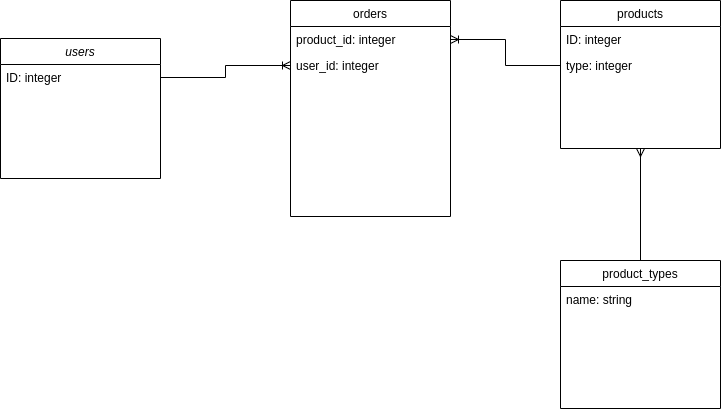
Earlier version of the draw.io export diagram/DataStructures.png (JosephShering/TerritoryFoodsAssessment). Source tidied: cells renumbered, new cells last; positions are measured from the earlier drawing's top-left corner, leaving out a move shared by most shapes.
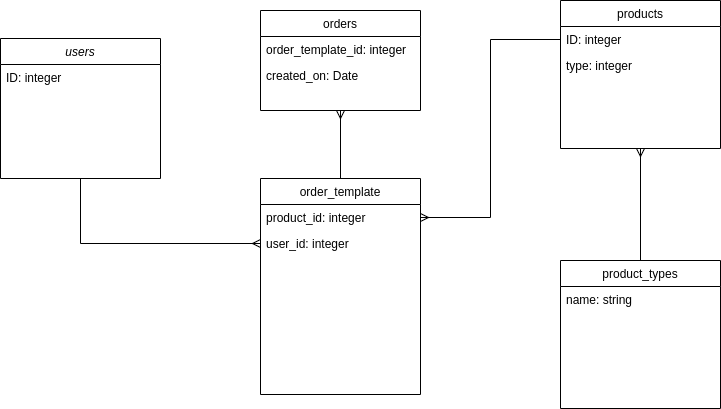
The same file after the commit.

What changed in the source:
```diff
@@ -2,6 +2,9 @@
   <root>
     <mxCell id="0" />
     <mxCell id="1" parent="0" />
+    <mxCell id="15" style="edgeStyle=orthogonalEdgeStyle;rounded=0;jettySize=auto;html=1;exitX=0.5;exitY=1;exitDx=0;exitDy=0;entryX=0;entryY=0.5;entryDx=0;entryDy=0;endArrow=ERmany;endFill=0;" parent="1" edge="1" source="2" target="9">
+      <mxGeometry relative="1" as="geometry" />
+    </mxCell>
     <mxCell id="2" value="users" style="swimlane;fontStyle=2;align=center;verticalAlign=top;horizontal=1;startSize=26;rounded=0;shadow=0;strokeWidth=1;" parent="1" vertex="1">
       <mxGeometry y="38" width="160" height="140" as="geometry" />
     </mxCell>
@@ -18,20 +21,14 @@
       <mxGeometry y="52" width="160" height="26" as="geometry" />
     </mxCell>
     <mxCell id="7" value="orders" style="swimlane;fontStyle=0;align=center;verticalAlign=top;horizontal=1;startSize=26;rounded=0;shadow=0;strokeWidth=1;" parent="1" vertex="1">
-      <mxGeometry x="290" width="160" height="216" as="geometry" />
+      <mxGeometry x="260" y="10" width="160" height="100" as="geometry" />
     </mxCell>
-    <mxCell id="8" value="product_id: integer" style="text;align=left;verticalAlign=top;spacingLeft=4;spacingRight=4;overflow=hidden;points=[[0,0.5],[1,0.5]];portConstraint=eastwest;" parent="7" vertex="1">
+    <mxCell id="8" value="order_template_id: integer" style="text;align=left;verticalAlign=top;spacingLeft=4;spacingRight=4;overflow=hidden;points=[[0,0.5],[1,0.5]];portConstraint=eastwest;" parent="7" vertex="1">
       <mxGeometry y="26" width="160" height="26" as="geometry" />
     </mxCell>
-    <mxCell id="9" value="user_id: integer" style="text;align=left;verticalAlign=top;spacingLeft=4;spacingRight=4;overflow=hidden;points=[[0,0.5],[1,0.5]];portConstraint=eastwest;rounded=0;shadow=0;html=0;" parent="7" vertex="1">
-      <mxGeometry y="52" width="160" height="26" as="geometry" />
-    </mxCell>
-    <mxCell id="10" style="edgeStyle=orthogonalEdgeStyle;rounded=0;jettySize=auto;html=1;exitX=0;exitY=0.5;exitDx=0;exitDy=0;entryX=1;entryY=0.5;entryDx=0;entryDy=0;shadow=0;endArrow=ERoneToMany;endFill=0;strokeWidth=1;" parent="1" edge="1" source="6" target="8">
-      <mxGeometry relative="1" as="geometry" />
-    </mxCell>
-    <mxCell id="11" style="edgeStyle=orthogonalEdgeStyle;rounded=0;jettySize=auto;html=1;exitX=1;exitY=0.5;exitDx=0;exitDy=0;entryX=0;entryY=0.5;entryDx=0;entryDy=0;shadow=0;endArrow=ERoneToMany;endFill=0;strokeWidth=1;" parent="1" edge="1" source="3" target="9">
-      <mxGeometry relative="1" as="geometry" />
-    </mxCell>
+    <mxCell id="16" value="created_on: Date" style="text;align=left;verticalAlign=top;spacingLeft=4;spacingRight=4;overflow=hidden;" parent="7" vertex="1">
+      <mxGeometry y="52" width="160" height="18" as="geometry" />
+    </mxCell>
     <mxCell id="12" style="edgeStyle=orthogonalEdgeStyle;rounded=0;jettySize=auto;html=1;exitX=0.5;exitY=0;exitDx=0;exitDy=0;entryX=0.5;entryY=1;entryDx=0;entryDy=0;endArrow=ERmany;endFill=0;" parent="1" edge="1" source="13" target="4">
       <mxGeometry relative="1" as="geometry" />
     </mxCell>
@@ -41,5 +38,20 @@
     <mxCell id="14" value="name: string" style="text;align=left;verticalAlign=top;spacingLeft=4;spacingRight=4;overflow=hidden;" parent="13" vertex="1">
       <mxGeometry y="26" width="160" height="26" as="geometry" />
     </mxCell>
+    <mxCell id="17" style="edgeStyle=orthogonalEdgeStyle;rounded=0;jettySize=auto;html=1;entryX=0.5;entryY=1;entryDx=0;entryDy=0;endArrow=ERmany;endFill=0;" parent="1" edge="1" source="18" target="7">
+      <mxGeometry relative="1" as="geometry" />
+    </mxCell>
+    <mxCell id="18" value="order_template" style="swimlane;fontStyle=0;align=center;verticalAlign=top;horizontal=1;startSize=26;rounded=0;shadow=0;strokeWidth=1;" parent="1" vertex="1">
+      <mxGeometry x="260" y="178" width="160" height="216" as="geometry" />
+    </mxCell>
+    <mxCell id="19" value="product_id: integer" style="text;align=left;verticalAlign=top;spacingLeft=4;spacingRight=4;overflow=hidden;points=[[0,0.5],[1,0.5]];portConstraint=eastwest;" parent="18" vertex="1">
+      <mxGeometry y="26" width="160" height="26" as="geometry" />
+    </mxCell>
+    <mxCell id="9" value="user_id: integer" style="text;align=left;verticalAlign=top;spacingLeft=4;spacingRight=4;overflow=hidden;points=[[0,0.5],[1,0.5]];portConstraint=eastwest;rounded=0;shadow=0;html=0;" parent="18" vertex="1">
+      <mxGeometry y="52" width="160" height="26" as="geometry" />
+    </mxCell>
+    <mxCell id="20" style="edgeStyle=orthogonalEdgeStyle;rounded=0;jettySize=auto;html=1;exitX=0;exitY=0.5;exitDx=0;exitDy=0;entryX=1;entryY=0.5;entryDx=0;entryDy=0;endArrow=ERmany;endFill=0;" parent="1" edge="1" source="5" target="19">
+      <mxGeometry relative="1" as="geometry" />
+    </mxCell>
   </root>
 </mxGraphModel>
```
